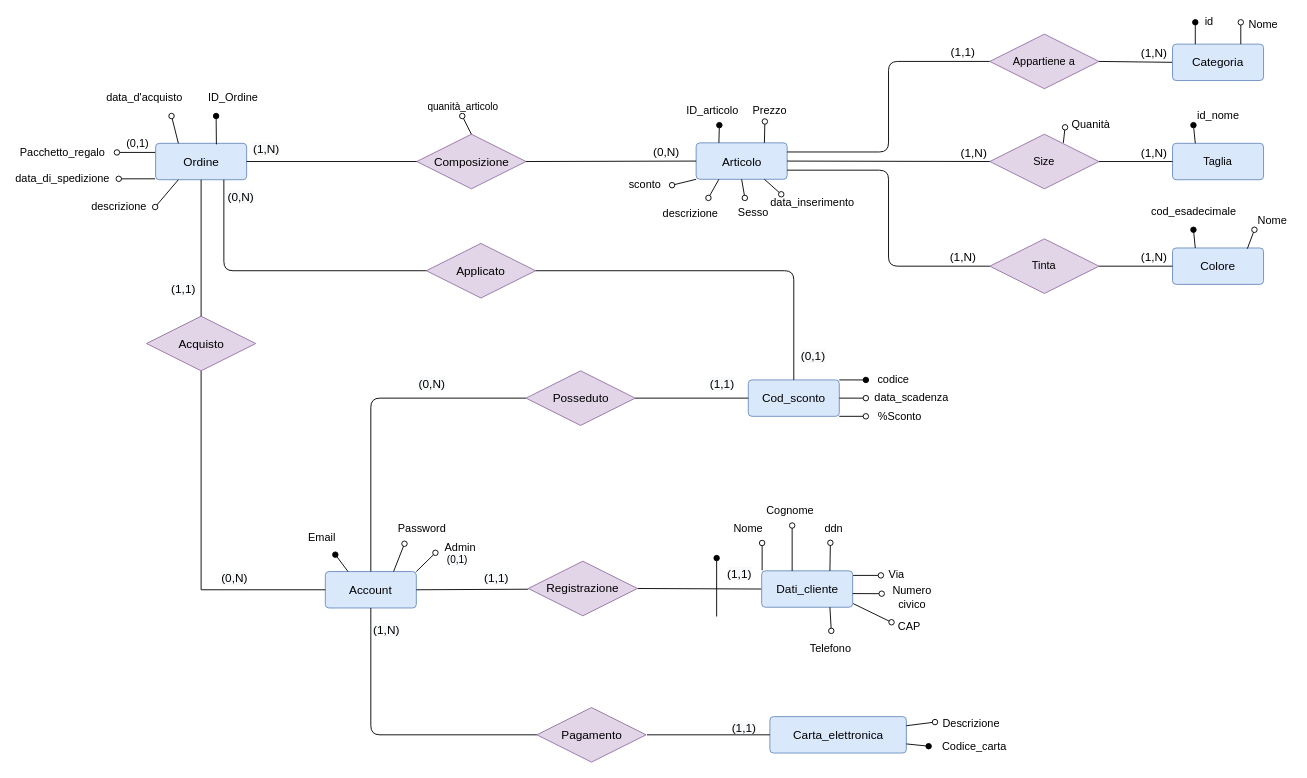
This is Database/Modello concettuale/modello concettuale.drawio from Alberto-00/Toj, a draw.io file, before an edit. Source tidied: cells renumbered, new cells numbered last; positions are measured from the earlier drawing's top-left corner, leaving out a move shared by most shapes. Both pictures are drawn from the tidied source at 91%, with x=0, y=0 at pixel (116, 15).
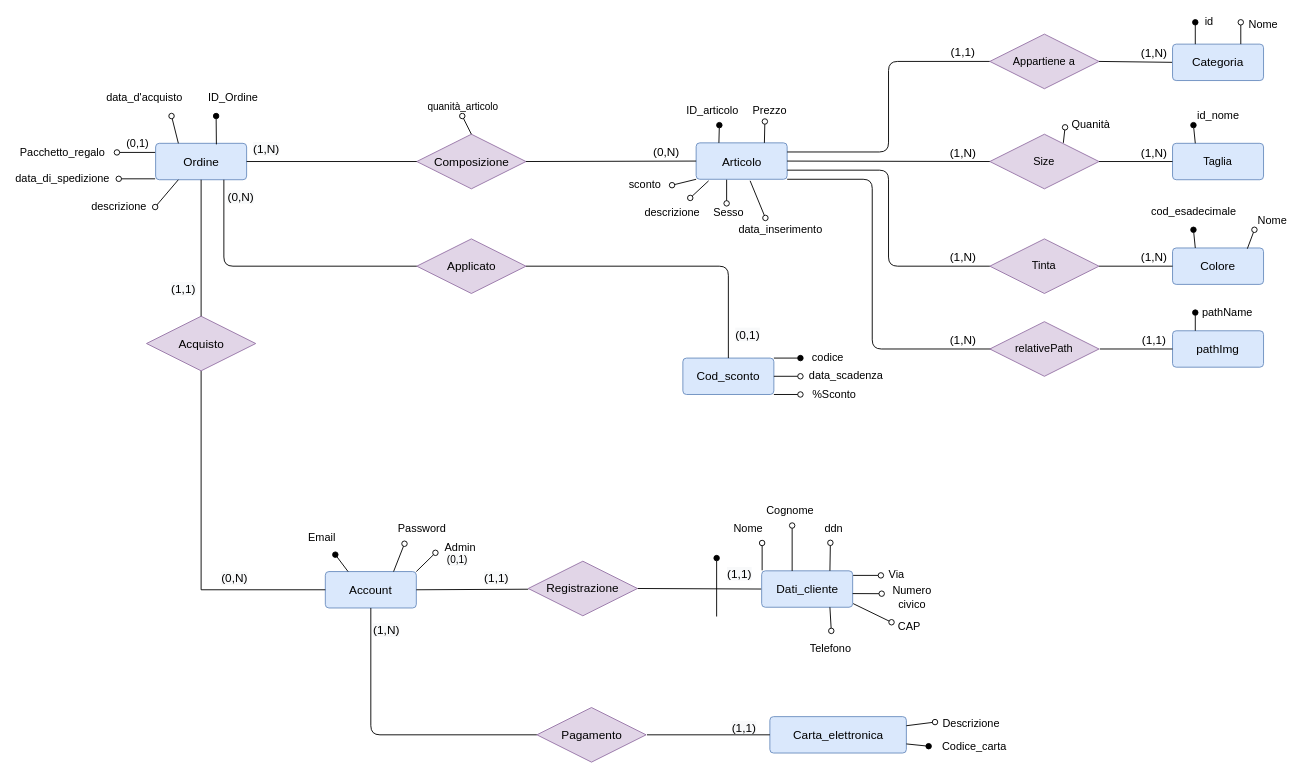
The same page after the edit.

Commit message (it also covers changes not shown here):
modello concettuale

Unchanged cells that the change refers to:
```xml
<mxCell id="2" value="&lt;font style=&quot;font-size: 13px&quot;&gt;Articolo&lt;/font&gt;" style="rounded=1;arcSize=10;whiteSpace=wrap;html=1;align=center;fillColor=#dae8fc;strokeColor=#6c8ebf;" parent="1" vertex="1">
  <mxGeometry x="636.5" y="139.5" width="100" height="40" as="geometry" />
</mxCell>
<mxCell id="4" value="&lt;font style=&quot;font-size: 13px&quot;&gt;Account&lt;br&gt;&lt;/font&gt;" style="rounded=1;arcSize=10;whiteSpace=wrap;html=1;align=center;fillColor=#dae8fc;strokeColor=#6c8ebf;" parent="1" vertex="1">
  <mxGeometry x="229" y="610.6" width="100" height="40" as="geometry" />
</mxCell>
```

Diff of the diagram source:
```diff
@@
     <mxCell id="55" value="Sesso" style="text;html=1;align=center;verticalAlign=middle;" parent="1" vertex="1">
-      <mxGeometry x="674" y="206" width="50" height="20" as="geometry" />
+      <mxGeometry x="646.5" y="206" width="50" height="20" as="geometry" />
     </mxCell>
-    <mxCell id="56" style="endArrow=oval;html=1;startArrow=none;startFill=0;endFill=0;exitX=0.5;exitY=1;exitDx=0;exitDy=0;" parent="1" edge="1" source="2">
+    <mxCell id="56" style="endArrow=oval;html=1;startArrow=none;startFill=0;endFill=0;" parent="1" edge="1">
       <mxGeometry relative="1" as="geometry">
-        <mxPoint x="690" y="200" as="targetPoint" />
+        <mxPoint x="670" y="180" as="sourcePoint" />
+        <mxPoint x="670" y="206" as="targetPoint" />
       </mxGeometry>
     </mxCell>
@@
-    <mxCell id="60" value="descrizione" style="endArrow=oval;html=1;rounded=0;fontSize=12;endFill=0;exitX=0.25;exitY=1;exitDx=0;exitDy=0;" parent="1" edge="1" source="2">
+    <mxCell id="60" value="descrizione" style="endArrow=oval;html=1;rounded=0;fontSize=12;endFill=0;exitX=0.137;exitY=1.043;exitDx=0;exitDy=0;exitPerimeter=0;" parent="1" edge="1" source="2">
       <mxGeometry x="1" y="-26" relative="1" as="geometry">
-        <mxPoint x="650" y="200" as="targetPoint" />
-        <mxPoint x="3" y="29" as="offset" />
+        <mxPoint x="630" y="200" as="targetPoint" />
+        <mxPoint x="-2" y="35" as="offset" />
       </mxGeometry>
     </mxCell>
@@
-    <mxCell id="65" style="endArrow=none;html=1;exitX=0.5;exitY=0;exitDx=0;exitDy=0;edgeStyle=orthogonalEdgeStyle;entryX=0;entryY=0.5;entryDx=0;entryDy=0;" parent="1" edge="1" source="4" target="70">
-      <mxGeometry relative="1" as="geometry" />
-    </mxCell>
     <mxCell id="66" value="&lt;font style=&quot;font-size: 13px&quot;&gt;Cod_sconto&lt;/font&gt;" style="rounded=1;arcSize=10;whiteSpace=wrap;html=1;align=center;fillColor=#dae8fc;strokeColor=#6c8ebf;" parent="1" vertex="1">
-      <mxGeometry x="693.8" y="400" width="100" height="40" as="geometry" />
+      <mxGeometry x="621.9" y="376" width="100" height="40" as="geometry" />
     </mxCell>
     <mxCell id="67" value="codice" style="endArrow=none;html=1;rounded=0;fontSize=12;startArrow=oval;startFill=1;entryX=1;entryY=0;entryDx=0;entryDy=0;" parent="1" edge="1" target="66">
       <mxGeometry x="-1" y="-30" relative="1" as="geometry">
-        <mxPoint x="823" y="400" as="sourcePoint" />
+        <mxPoint x="751.1" y="376" as="sourcePoint" />
         <mxPoint x="30" y="30" as="offset" />
       </mxGeometry>
     </mxCell>
     <mxCell id="68" value="data_scadenza" style="endArrow=none;html=1;rounded=0;fontSize=12;startArrow=oval;startFill=0;entryX=1;entryY=0.5;entryDx=0;entryDy=0;" parent="1" edge="1" target="66">
       <mxGeometry x="-1" y="-50" relative="1" as="geometry">
-        <mxPoint x="823" y="420" as="sourcePoint" />
+        <mxPoint x="751.1" y="396" as="sourcePoint" />
         <mxPoint x="50" y="50" as="offset" />
       </mxGeometry>
     </mxCell>
     <mxCell id="69" value="%Sconto" style="endArrow=none;html=1;rounded=0;fontSize=12;startArrow=oval;startFill=0;entryX=1;entryY=1;entryDx=0;entryDy=0;" parent="1" edge="1" target="66">
       <mxGeometry x="-1" y="-37" relative="1" as="geometry">
-        <mxPoint x="823" y="440" as="sourcePoint" />
+        <mxPoint x="751.1" y="416" as="sourcePoint" />
         <mxPoint x="37" y="37" as="offset" />
       </mxGeometry>
     </mxCell>
-    <mxCell id="70" value="&lt;font style=&quot;font-size: 13px&quot;&gt;Posseduto&lt;/font&gt;" style="shape=rhombus;perimeter=rhombusPerimeter;whiteSpace=wrap;html=1;align=center;fillColor=#e1d5e7;strokeColor=#9673a6;" parent="1" vertex="1">
-      <mxGeometry x="449.5" y="390" width="120" height="60" as="geometry" />
-    </mxCell>
-    <mxCell id="71" value="&lt;span style=&quot;color: rgb(0 , 0 , 0) ; font-family: &amp;#34;helvetica&amp;#34; ; font-size: 13px ; font-style: normal ; font-weight: 400 ; letter-spacing: normal ; text-align: center ; text-indent: 0px ; text-transform: none ; word-spacing: 0px ; background-color: rgb(248 , 249 , 250) ; display: inline ; float: none&quot;&gt;(0,N)&lt;/span&gt;" style="text;whiteSpace=wrap;html=1;" parent="1" vertex="1">
-      <mxGeometry x="330" y="390" width="39.5" height="30" as="geometry" />
-    </mxCell>
-    <mxCell id="72" value="&lt;span style=&quot;color: rgb(0 , 0 , 0) ; font-family: &amp;#34;helvetica&amp;#34; ; font-size: 13px ; font-style: normal ; font-weight: 400 ; letter-spacing: normal ; text-align: center ; text-indent: 0px ; text-transform: none ; word-spacing: 0px ; background-color: rgb(248 , 249 , 250) ; display: inline ; float: none&quot;&gt;(1,1)&lt;/span&gt;" style="text;whiteSpace=wrap;html=1;" parent="1" vertex="1">
-      <mxGeometry x="650.1" y="390" width="36.8" height="30" as="geometry" />
-    </mxCell>
     <mxCell id="73" value="&lt;font style=&quot;font-size: 13px&quot;&gt;Applicato&lt;/font&gt;" style="shape=rhombus;perimeter=rhombusPerimeter;whiteSpace=wrap;html=1;align=center;fillColor=#e1d5e7;strokeColor=#9673a6;" parent="1" vertex="1">
-      <mxGeometry x="340" y="250" width="120" height="60" as="geometry" />
+      <mxGeometry x="329.5" y="245" width="120" height="60" as="geometry" />
     </mxCell>
     <mxCell id="74" value="&lt;span style=&quot;color: rgb(0 , 0 , 0) ; font-family: &amp;#34;helvetica&amp;#34; ; font-size: 13px ; font-style: normal ; font-weight: 400 ; letter-spacing: normal ; text-align: center ; text-indent: 0px ; text-transform: none ; word-spacing: 0px ; background-color: rgb(248 , 249 , 250) ; display: inline ; float: none&quot;&gt;(0,1)&lt;/span&gt;" style="text;whiteSpace=wrap;html=1;" parent="1" vertex="1">
-      <mxGeometry x="750" y="360" width="36.8" height="30" as="geometry" />
+      <mxGeometry x="678.1" y="336" width="36.8" height="30" as="geometry" />
     </mxCell>
@@
-    <mxCell id="90" style="endArrow=none;html=1;exitX=1;exitY=0.5;exitDx=0;exitDy=0;entryX=0;entryY=0.5;entryDx=0;entryDy=0;" parent="1" edge="1" source="70" target="66">
-      <mxGeometry relative="1" as="geometry" />
-    </mxCell>
@@
     <mxCell id="103" value="&lt;font style=&quot;font-size: 13px&quot;&gt;(1,N)&lt;/font&gt;" style="text;html=1;strokeColor=none;fillColor=none;align=center;verticalAlign=middle;whiteSpace=wrap;rounded=0;fontSize=8;horizontal=0;rotation=90;" parent="1" vertex="1">
-      <mxGeometry x="922" y="140" width="40" height="20" as="geometry" />
+      <mxGeometry x="910" y="139.5" width="40" height="20" as="geometry" />
     </mxCell>
@@
-    <mxCell id="110" style="endArrow=none;html=1;entryX=0.75;entryY=1;entryDx=0;entryDy=0;startArrow=oval;startFill=0;" parent="1" edge="1" target="2">
-      <mxGeometry relative="1" as="geometry">
-        <mxPoint x="730" y="196" as="sourcePoint" />
-      </mxGeometry>
+    <mxCell id="110" style="endArrow=none;html=1;startArrow=oval;startFill=0;entryX=0.593;entryY=1.042;entryDx=0;entryDy=0;entryPerimeter=0;exitX=0.351;exitY=-0.15;exitDx=0;exitDy=0;exitPerimeter=0;" parent="1" edge="1" source="111" target="2">
+      <mxGeometry relative="1" as="geometry" />
     </mxCell>
     <mxCell id="111" value="data_inserimento" style="text;html=1;align=center;verticalAlign=middle;points=[];" parent="1" vertex="1">
-      <mxGeometry x="708.5" y="195" width="110" height="20" as="geometry" />
+      <mxGeometry x="674" y="225" width="110" height="20" as="geometry" />
     </mxCell>
+    <mxCell id="112" style="endArrow=none;html=1;exitX=1;exitY=1;exitDx=0;exitDy=0;edgeStyle=orthogonalEdgeStyle;" parent="1" edge="1" source="2">
+      <mxGeometry relative="1" as="geometry">
+        <mxPoint x="970" y="366" as="targetPoint" />
+        <Array as="points">
+          <mxPoint x="830" y="180" />
+          <mxPoint x="830" y="366" />
+        </Array>
+      </mxGeometry>
+    </mxCell>
+    <mxCell id="113" value="relativePath" style="shape=rhombus;perimeter=rhombusPerimeter;whiteSpace=wrap;html=1;align=center;fillColor=#e1d5e7;strokeColor=#9673a6;" parent="1" vertex="1">
+      <mxGeometry x="959.2" y="336" width="120" height="60" as="geometry" />
+    </mxCell>
+    <mxCell id="114" value="&lt;font style=&quot;font-size: 13px&quot;&gt;pathImg&lt;/font&gt;" style="rounded=1;arcSize=10;whiteSpace=wrap;html=1;align=center;fillColor=#dae8fc;strokeColor=#6c8ebf;" parent="1" vertex="1">
+      <mxGeometry x="1160" y="346" width="100" height="40" as="geometry" />
+    </mxCell>
+    <mxCell id="115" style="endArrow=none;html=1;entryX=0;entryY=0.5;entryDx=0;entryDy=0;" parent="1" edge="1" target="114">
+      <mxGeometry relative="1" as="geometry">
+        <mxPoint x="1080" y="366" as="sourcePoint" />
+      </mxGeometry>
+    </mxCell>
+    <mxCell id="116" value="pathName" style="endArrow=oval;html=1;rounded=0;fontSize=12;endFill=1;exitX=0.25;exitY=0;exitDx=0;exitDy=0;" parent="1" edge="1" source="114">
+      <mxGeometry x="1" y="-35" relative="1" as="geometry">
+        <mxPoint x="1185" y="326" as="targetPoint" />
+      </mxGeometry>
+    </mxCell>
+    <mxCell id="72" value="&lt;span style=&quot;font-size: 13px&quot;&gt;(1,1)&lt;/span&gt;" style="text;html=1;strokeColor=none;fillColor=none;align=center;verticalAlign=middle;whiteSpace=wrap;rounded=0;fontSize=8;horizontal=0;rotation=90;" parent="1" vertex="1">
+      <mxGeometry x="1120" y="346" width="40" height="20" as="geometry" />
+    </mxCell>
+    <mxCell id="117" value="&lt;font style=&quot;font-size: 13px&quot;&gt;(1,N)&lt;/font&gt;" style="text;html=1;strokeColor=none;fillColor=none;align=center;verticalAlign=middle;whiteSpace=wrap;rounded=0;fontSize=8;horizontal=0;rotation=90;" parent="1" vertex="1">
+      <mxGeometry x="910" y="346" width="40" height="20" as="geometry" />
+    </mxCell>
```
